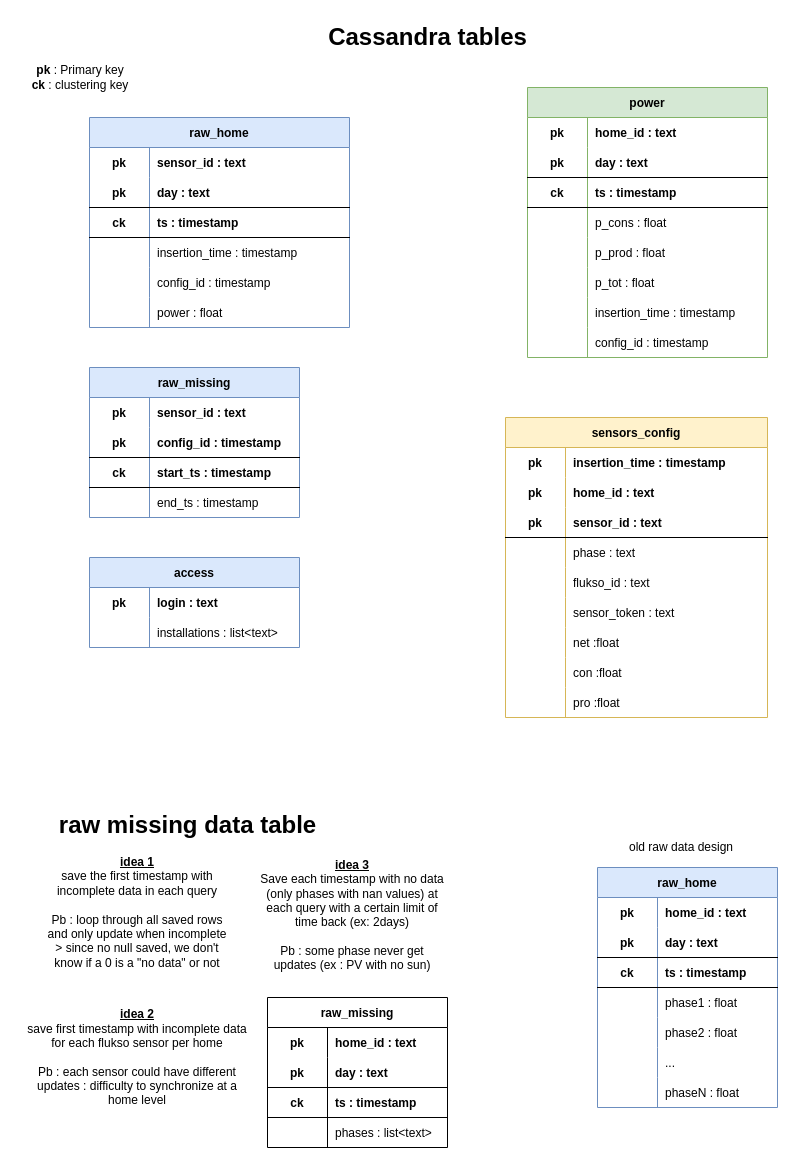
Earlier version of the draw.io diagram page "cassandra tables" (1 of 12) of documentation/documentation_diagrams.drawio (AlexandreHnf/Voisin-d-energie-ULB). Source tidied: cells renumbered, new cells numbered last; positions are measured from the earlier drawing's top-left corner, leaving out a move shared by most shapes. Both pictures are drawn from the tidied source at 100%, with x=0, y=0 at pixel (17, 17).
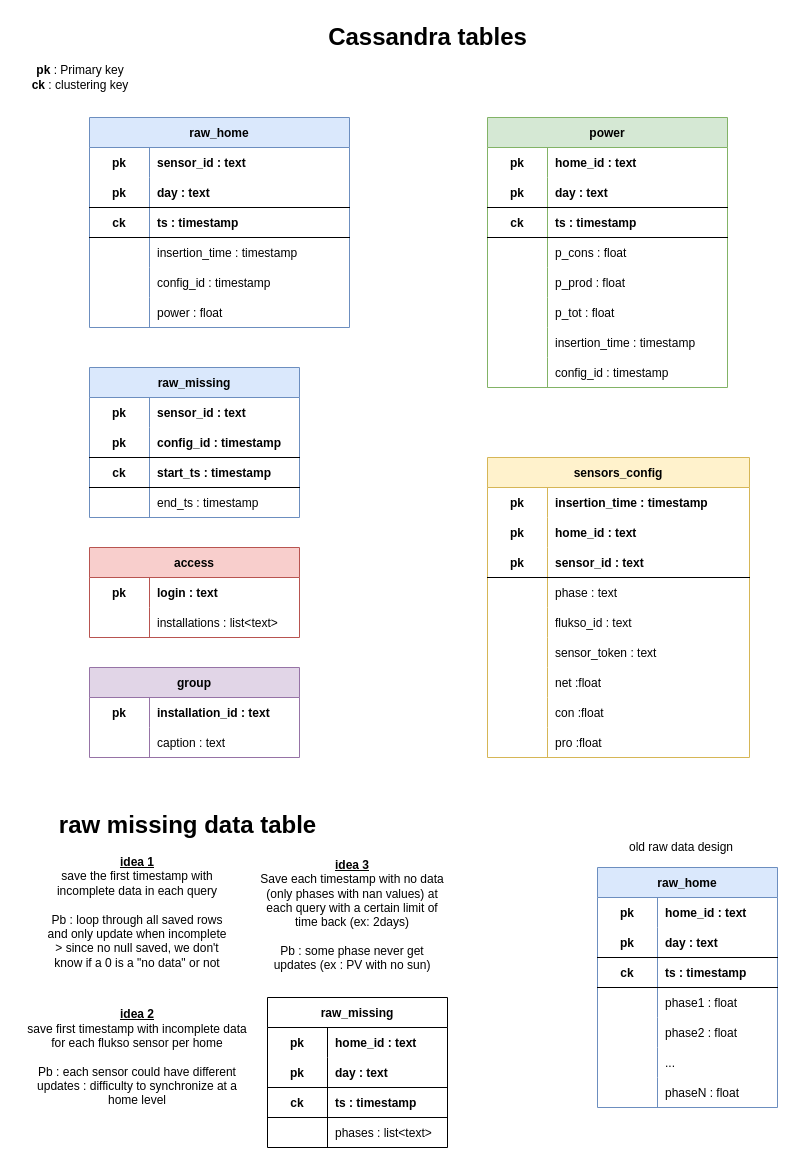
The same page after the edit.

Change to the diagram source:
```diff
@@
     <mxCell id="24" value="power" style="shape=table;startSize=30;childLayout=tableLayout;rowLines=0;fontStyle=1;align=center;fillColor=#d5e8d4;strokeColor=#82b366;" parent="1" vertex="1">
-      <mxGeometry x="510" y="70" width="240" height="270" as="geometry" />
+      <mxGeometry x="470" y="100" width="240" height="270" as="geometry" />
     </mxCell>
@@
     <mxCell id="67" value="sensors_config" style="shape=table;startSize=30;childLayout=tableLayout;rowLines=0;fontStyle=1;align=center;fillColor=#fff2cc;strokeColor=#d6b656;" parent="1" vertex="1">
-      <mxGeometry x="488" y="400" width="262" height="300" as="geometry" />
+      <mxGeometry x="470" y="440" width="262" height="300" as="geometry" />
     </mxCell>
@@
-    <mxCell id="129" value="access" style="shape=table;startSize=30;childLayout=tableLayout;rowLines=0;fontStyle=1;align=center;fillColor=#dae8fc;strokeColor=#6c8ebf;" parent="1" vertex="1">
-      <mxGeometry x="72" y="540" width="210" height="90" as="geometry" />
+    <mxCell id="129" value="access" style="shape=table;startSize=30;childLayout=tableLayout;rowLines=0;fontStyle=1;align=center;fillColor=#f8cecc;strokeColor=#b85450;" parent="1" vertex="1">
+      <mxGeometry x="72" y="530" width="210" height="90" as="geometry" />
     </mxCell>
@@
+    <mxCell id="136" value="group" style="shape=table;startSize=30;childLayout=tableLayout;rowLines=0;fontStyle=1;align=center;fillColor=#e1d5e7;strokeColor=#9673a6;" parent="1" vertex="1">
+      <mxGeometry x="72" y="650" width="210" height="90" as="geometry" />
+    </mxCell>
+    <mxCell id="137" style="shape=tableRow;horizontal=0;startSize=0;swimlaneHead=0;swimlaneBody=0;fillColor=none;top=0;left=0;right=0;bottom=0;" parent="136" vertex="1">
+      <mxGeometry y="30" width="210" height="30" as="geometry" />
+    </mxCell>
+    <mxCell id="138" value="pk" style="shape=partialRectangle;fillColor=none;top=0;left=0;bottom=0;right=0;fontStyle=1;overflow=hidden;" parent="137" vertex="1">
+      <mxGeometry width="60" height="30" as="geometry" />
+    </mxCell>
+    <mxCell id="139" value="installation_id : text" style="shape=partialRectangle;fillColor=none;top=0;left=0;bottom=0;right=0;align=left;spacingLeft=6;fontStyle=1;overflow=hidden;" parent="137" vertex="1">
+      <mxGeometry x="60" width="150" height="30" as="geometry" />
+    </mxCell>
+    <mxCell id="140" style="shape=tableRow;horizontal=0;startSize=0;swimlaneHead=0;swimlaneBody=0;fillColor=none;top=0;left=0;right=0;bottom=0;" parent="136" vertex="1">
+      <mxGeometry y="60" width="210" height="30" as="geometry" />
+    </mxCell>
+    <mxCell id="141" style="shape=partialRectangle;fillColor=none;top=0;left=0;bottom=0;right=0;overflow=hidden;" parent="140" vertex="1">
+      <mxGeometry width="60" height="30" as="geometry" />
+    </mxCell>
+    <mxCell id="142" value="caption : text" style="shape=partialRectangle;fillColor=none;top=0;left=0;bottom=0;right=0;align=left;spacingLeft=6;overflow=hidden;" parent="140" vertex="1">
+      <mxGeometry x="60" width="150" height="30" as="geometry" />
+    </mxCell>
```
